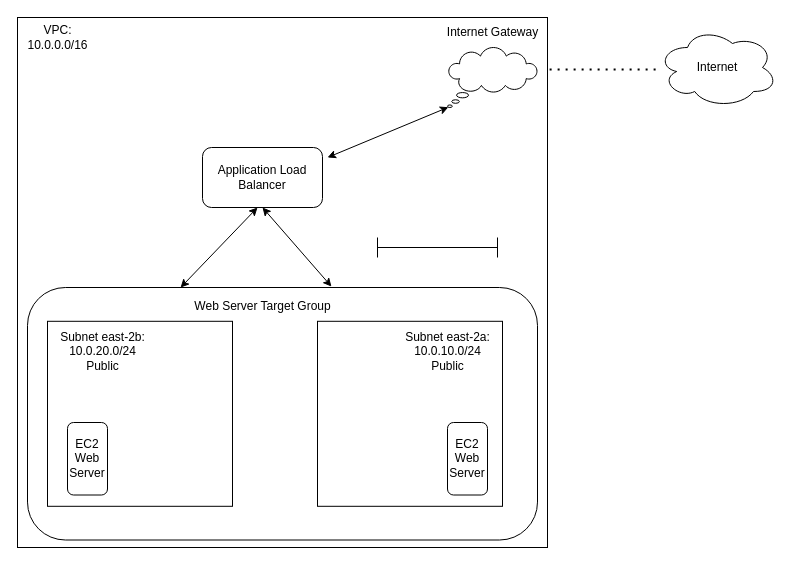
Earlier version of the draw.io diagram Untitled Diagram.drawio (KevinNguyen091995/terraform). Source tidied: cells renumbered, new cells numbered last; positions are measured from the earlier drawing's top-left corner, leaving out a move shared by most shapes. Both pictures are drawn from the tidied source at 100%, with x=0, y=0 at pixel (17, 17).
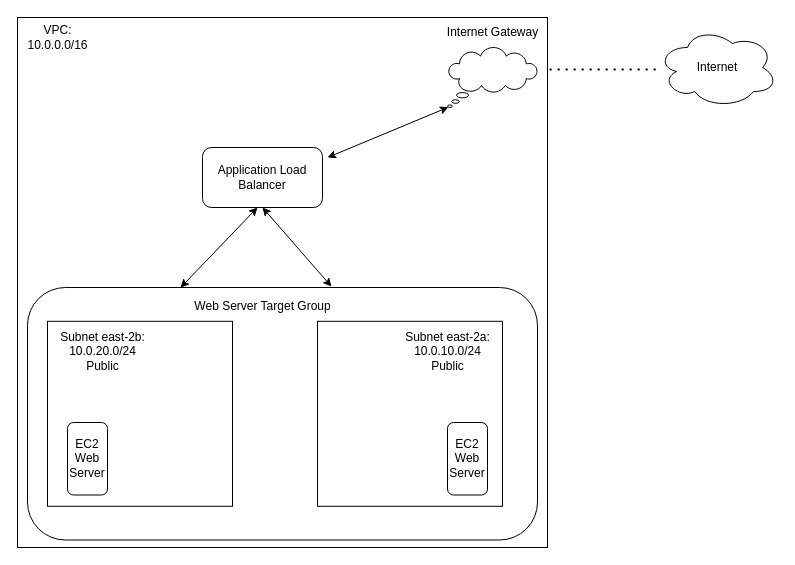
The same diagram, later.

Change to the diagram source:
```diff
@@
-    <mxCell id="18" style="shape=crossbar;whiteSpace=wrap;html=1;rounded=1;" parent="1" vertex="1">
-      <mxGeometry x="360" y="220" width="120" height="20" as="geometry" />
-    </mxCell>
```
